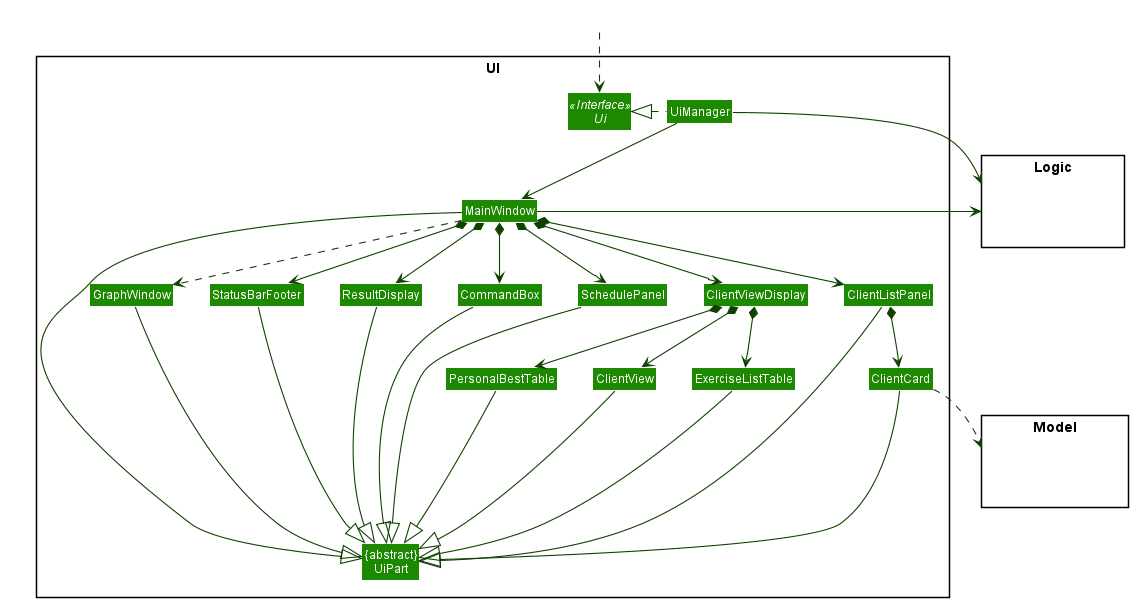
Earlier version of the PlantUML export docs/images/UiClassDiagram.png (nus-cs2103-AY1920S2/addressbook-level3).
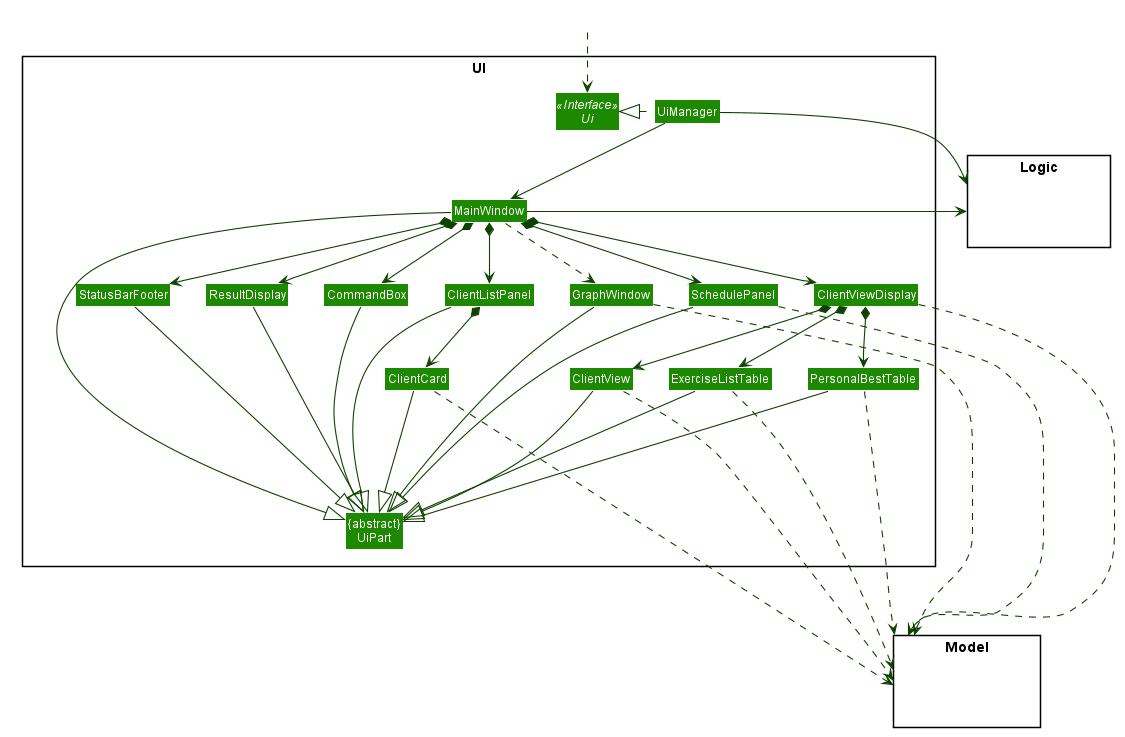
Later version of the same file.

Commit message:
revise diagram

What changed in the source:
```diff
@@ -107,16 +107,23 @@
 ExerciseListTable ---|> UiPart
 PersonalBestTable ---|> UiPart
 SchedulePanel ---|> UiPart
-GraphWindow ---|> UiPart
+GraphWindow ----|> UiPart
 
-ClientCard ..> Model
+ClientCard ....> Model
+ExerciseListTable ....> Model
+ClientViewDisplay ....> Model
+ClientView ....> Model
+PersonalBestTable ....> Model
+SchedulePanel ......> Model
+GraphWindow ....> Model
 UiManager -right-> Logic
 MainWindow -left-> Logic
 
 CommandBox -[hidden]left- ResultDisplay
 CommandBox -[hidden]right- SchedulePanel
 ResultDisplay -[hidden]left- StatusBarFooter
-GraphWindow -[hidden]right- StatusBarFooter
+ClientListPanel -[hidden]right- GraphWindow
+ClientViewDisplay -[hidden]right- GraphWindow
 
 MainWindow -[hidden]-|> UiPart
 @enduml
```
